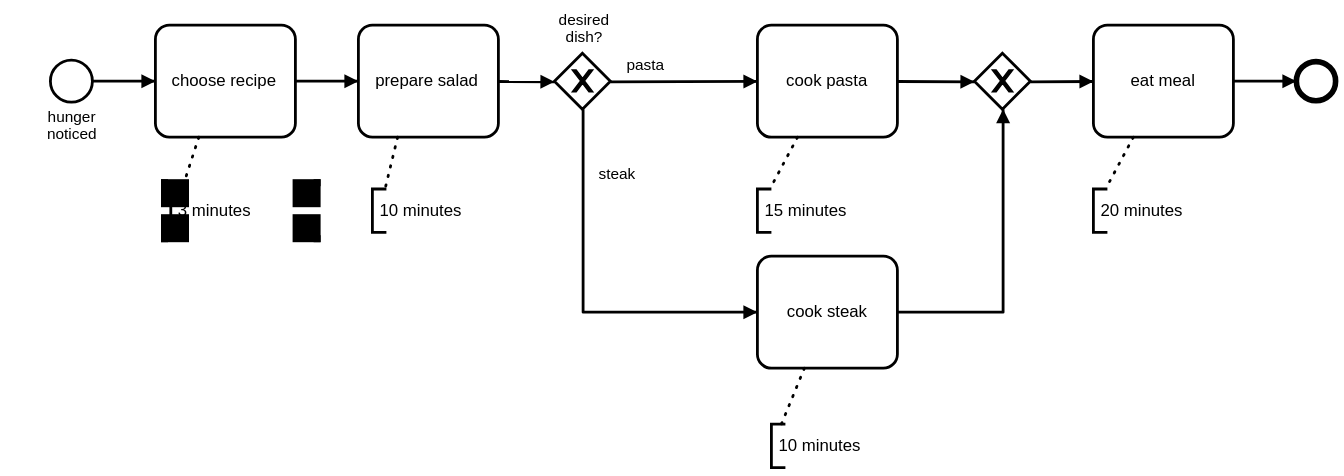
kubajal/workflow keeps this BPMN diagram as processes/hungry_new.svg. Above is the earlier version. Its source is kept beside it as processes/hungry_new.bpmn. Ids are renumbered.
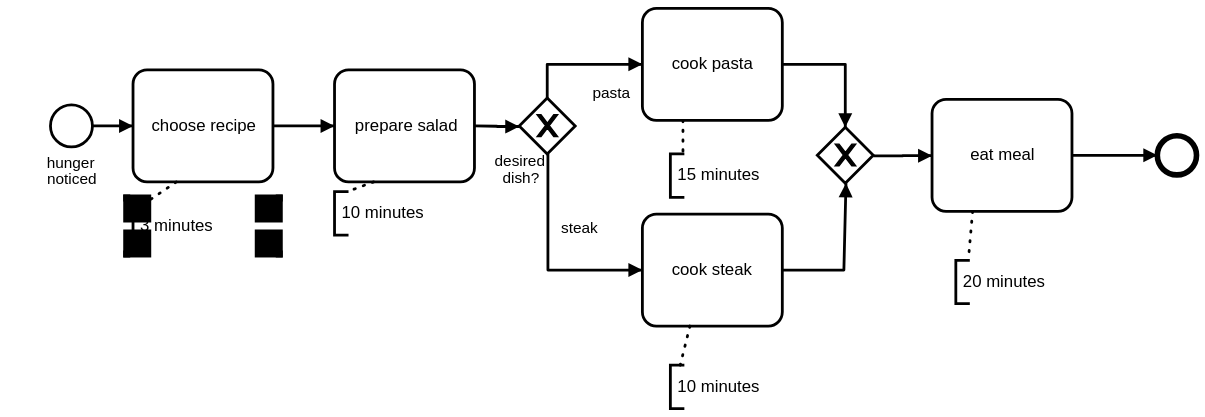
The same diagram one commit later.

Diff of the diagram source:
```diff
@@ -217,146 +217,160 @@
   <bpmndi:BPMNDiagram id="sid-e568f3a9-31ad-4c0c-ab27-ac45c863f186">
     <bpmndi:BPMNPlane id="sid-e5d306ed-2f42-4263-95b7-d9c187b0d06f" bpmnElement="sid-c8371393-9f09-410b-bd7f-b4838b26f391">
       <bpmndi:BPMNShape id="sid-D0BED8B1-BB93-411E-8E26-49C51C4AAF75_gui" bpmnElement="sid-D0BED8B1-BB93-411E-8E26-49C51C4AAF75">
-        <omgdc:Bounds x="35" y="40" width="30" height="30" />
+        <omgdc:Bounds x="62" y="84" width="30" height="30" />
         <bpmndi:BPMNLabel labelStyle="sid-08f9dfb8-726a-42d1-b3b6-5a0a9dfcc22e">
-          <omgdc:Bounds x="29.964284896850586" y="72" width="40.07143020629883" height="22" />
+          <omgdc:Bounds x="32" y="116" width="90" height="22" />
         </bpmndi:BPMNLabel>
       </bpmndi:BPMNShape>
       <bpmndi:BPMNShape id="sid-8F82DC6C-AE16-41F6-9271-229FC57C00F4_gui" bpmnElement="sid-8F82DC6C-AE16-41F6-9271-229FC57C00F4">
-        <omgdc:Bounds x="110" y="15" width="100" height="80" />
+        <omgdc:Bounds x="121" y="59" width="100" height="80" />
         <bpmndi:BPMNLabel labelStyle="sid-8b9b9c8e-9479-44ac-bdc1-f690e425822c">
           <omgdc:Bounds x="118.85714721679688" y="47" width="82.28570556640625" height="12" />
         </bpmndi:BPMNLabel>
       </bpmndi:BPMNShape>
       <bpmndi:BPMNShape id="sid-433EEF5E-4740-4E48-9503-61C492767C56_gui" bpmnElement="sid-433EEF5E-4740-4E48-9503-61C492767C56" isMarkerVisible="true">
-        <omgdc:Bounds x="395" y="35" width="40" height="40" />
+        <omgdc:Bounds x="397" y="79" width="40" height="40" />
         <bpmndi:BPMNLabel labelStyle="sid-08f9dfb8-726a-42d1-b3b6-5a0a9dfcc22e">
-          <omgdc:Bounds x="394.1428565979004" y="3" width="43.71428680419922" height="24" />
+          <omgdc:Bounds x="353" y="115" width="90" height="24" />
         </bpmndi:BPMNLabel>
       </bpmndi:BPMNShape>
       <bpmndi:BPMNShape id="sid-91F38206-6869-44E3-8930-0A83748450BF_gui" bpmnElement="sid-91F38206-6869-44E3-8930-0A83748450BF">
-        <omgdc:Bounds x="540" y="15" width="100" height="80" />
+        <omgdc:Bounds x="485" y="15" width="100" height="80" />
         <bpmndi:BPMNLabel labelStyle="sid-8b9b9c8e-9479-44ac-bdc1-f690e425822c">
           <omgdc:Bounds x="557" y="47" width="66" height="12" />
         </bpmndi:BPMNLabel>
       </bpmndi:BPMNShape>
       <bpmndi:BPMNShape id="sid-9995AE6B-11A6-420E-9F08-19E38191A77A_gui" bpmnElement="sid-9995AE6B-11A6-420E-9F08-19E38191A77A">
-        <omgdc:Bounds x="540" y="180" width="100" height="80" />
+        <omgdc:Bounds x="485" y="162" width="100" height="80" />
         <bpmndi:BPMNLabel labelStyle="sid-8b9b9c8e-9479-44ac-bdc1-f690e425822c">
           <omgdc:Bounds x="557.4285697937012" y="212" width="65.14286041259766" height="12" />
         </bpmndi:BPMNLabel>
       </bpmndi:BPMNShape>
       <bpmndi:BPMNShape id="sid-5144EF42-AEA7-4985-84F9-C082122C7107_gui" bpmnElement="sid-5144EF42-AEA7-4985-84F9-C082122C7107">
-        <omgdc:Bounds x="255" y="15" width="100" height="80" />
+        <omgdc:Bounds x="265" y="59" width="100" height="80" />
         <bpmndi:BPMNLabel labelStyle="sid-8b9b9c8e-9479-44ac-bdc1-f690e425822c">
           <omgdc:Bounds x="264.2857131958008" y="47" width="81.42857360839844" height="12" />
         </bpmndi:BPMNLabel>
       </bpmndi:BPMNShape>
       <bpmndi:BPMNShape id="sid-47D7385A-388F-40C4-892E-F814C0659C54_gui" bpmnElement="sid-47D7385A-388F-40C4-892E-F814C0659C54" isMarkerVisible="true">
-        <omgdc:Bounds x="695" y="35" width="40" height="40" />
+        <omgdc:Bounds x="610" y="100" width="40" height="40" />
+        <bpmndi:BPMNLabel>
+          <omgdc:Bounds x="585" y="140" width="90" height="20" />
+        </bpmndi:BPMNLabel>
       </bpmndi:BPMNShape>
       <bpmndi:BPMNShape id="sid-AAEB396B-8B49-4A20-ADC8-8F956C1B5256_gui" bpmnElement="sid-AAEB396B-8B49-4A20-ADC8-8F956C1B5256">
-        <omgdc:Bounds x="780" y="15" width="100" height="80" />
+        <omgdc:Bounds x="692" y="80" width="100" height="80" />
         <bpmndi:BPMNLabel labelStyle="sid-8b9b9c8e-9479-44ac-bdc1-f690e425822c">
           <omgdc:Bounds x="804.7142868041992" y="47" width="50.57142639160156" height="12" />
         </bpmndi:BPMNLabel>
       </bpmndi:BPMNShape>
       <bpmndi:BPMNShape id="sid-283C754D-1AA2-4EC9-982F-382C51F2C9B9_gui" bpmnElement="sid-283C754D-1AA2-4EC9-982F-382C51F2C9B9">
-        <omgdc:Bounds x="925" y="41" width="28" height="28" />
+        <omgdc:Bounds x="853" y="106" width="28" height="28" />
+        <bpmndi:BPMNLabel>
+          <omgdc:Bounds x="822" y="134" width="90" height="20" />
+        </bpmndi:BPMNLabel>
       </bpmndi:BPMNShape>
       <bpmndi:BPMNShape id="sid-BF48915E-9493-4461-A096-7B52E6FD0B70_gui" bpmnElement="sid-BF48915E-9493-4461-A096-7B52E6FD0B70">
-        <omgdc:Bounds x="780" y="131.5" width="100" height="31" />
+        <omgdc:Bounds x="709" y="195" width="100" height="31" />
         <bpmndi:BPMNLabel labelStyle="sid-08f9dfb8-726a-42d1-b3b6-5a0a9dfcc22e">
           <omgdc:Bounds x="784" y="138.38000106811523" width="67.71428680419922" height="12" />
         </bpmndi:BPMNLabel>
       </bpmndi:BPMNShape>
       <bpmndi:BPMNShape id="sid-4E820B8B-41A4-47BC-B9BA-F007E2D485A4_gui" bpmnElement="sid-4E820B8B-41A4-47BC-B9BA-F007E2D485A4">
-        <omgdc:Bounds x="265" y="132" width="100" height="31" />
+        <omgdc:Bounds x="265" y="146" width="100" height="31" />
         <bpmndi:BPMNLabel labelStyle="sid-08f9dfb8-726a-42d1-b3b6-5a0a9dfcc22e">
           <omgdc:Bounds x="259" y="137.88000106811523" width="67.71428680419922" height="12" />
         </bpmndi:BPMNLabel>
       </bpmndi:BPMNShape>
       <bpmndi:BPMNShape id="sid-CFD63D17-AEF8-441B-B612-A50DBA801760_gui" bpmnElement="sid-CFD63D17-AEF8-441B-B612-A50DBA801760">
-        <omgdc:Bounds x="550" y="300" width="100" height="31" />
+        <omgdc:Bounds x="505" y="270" width="100" height="31" />
         <bpmndi:BPMNLabel labelStyle="sid-08f9dfb8-726a-42d1-b3b6-5a0a9dfcc22e">
           <omgdc:Bounds x="554" y="306.88000106811523" width="67.71428680419922" height="12" />
         </bpmndi:BPMNLabel>
       </bpmndi:BPMNShape>
       <bpmndi:BPMNShape id="sid-A6E3D7E7-B739-4B08-993E-B5CB5F61C69F_gui" bpmnElement="sid-A6E3D7E7-B739-4B08-993E-B5CB5F61C69F">
-        <omgdc:Bounds x="121" y="132" width="100" height="31" />
+        <omgdc:Bounds x="121" y="155" width="100" height="31" />
         <bpmndi:BPMNLabel labelStyle="sid-08f9dfb8-726a-42d1-b3b6-5a0a9dfcc22e">
           <omgdc:Bounds x="119" y="138.38000106811523" width="60" height="12" />
         </bpmndi:BPMNLabel>
       </bpmndi:BPMNShape>
       <bpmndi:BPMNShape id="sid-158140B4-D103-4652-A69B-F15B8A689F9A_gui" bpmnElement="sid-158140B4-D103-4652-A69B-F15B8A689F9A">
-        <omgdc:Bounds x="540" y="132" width="100" height="31" />
+        <omgdc:Bounds x="505" y="119" width="100" height="31" />
         <bpmndi:BPMNLabel labelStyle="sid-08f9dfb8-726a-42d1-b3b6-5a0a9dfcc22e">
           <omgdc:Bounds x="544" y="138.88000106811523" width="67.71428680419922" height="12" />
         </bpmndi:BPMNLabel>
       </bpmndi:BPMNShape>
       <bpmndi:BPMNEdge id="sid-F04D4AF9-B37A-4489-9121-EA6E2398D277_gui" bpmnElement="sid-F04D4AF9-B37A-4489-9121-EA6E2398D277">
-        <omgdi:waypoint xsi:type="omgdc:Point" x="141" y="95" />
-        <omgdi:waypoint xsi:type="omgdc:Point" x="129.16480630334866" y="131.5" />
+        <omgdi:waypoint xsi:type="omgdc:Point" x="152" y="139" />
+        <omgdi:waypoint xsi:type="omgdc:Point" x="129.16480630334866" y="154.5" />
       </bpmndi:BPMNEdge>
       <bpmndi:BPMNEdge id="sid-4C1A6A53-32E3-46D3-BECE-5B3555133586_gui" bpmnElement="sid-4C1A6A53-32E3-46D3-BECE-5B3555133586">
-        <omgdi:waypoint xsi:type="omgdc:Point" x="415.5" y="75" />
-        <omgdi:waypoint xsi:type="omgdc:Point" x="415.5" y="220" />
-        <omgdi:waypoint xsi:type="omgdc:Point" x="540" y="220" />
+        <omgdi:waypoint xsi:type="omgdc:Point" x="417.5" y="119" />
+        <omgdi:waypoint xsi:type="omgdc:Point" x="417.5" y="202" />
+        <omgdi:waypoint xsi:type="omgdc:Point" x="485" y="202" />
         <bpmndi:BPMNLabel labelStyle="sid-08f9dfb8-726a-42d1-b3b6-5a0a9dfcc22e">
-          <omgdc:Bounds x="424" y="113" width="32.571441650390625" height="12" />
+          <omgdc:Bounds x="395" y="163" width="90" height="12" />
         </bpmndi:BPMNLabel>
       </bpmndi:BPMNEdge>
       <bpmndi:BPMNEdge id="sid-FFF01EF7-1FEC-4B83-986C-018858D97835_gui" bpmnElement="sid-FFF01EF7-1FEC-4B83-986C-018858D97835">
-        <omgdi:waypoint xsi:type="omgdc:Point" x="65" y="55" />
-        <omgdi:waypoint xsi:type="omgdc:Point" x="110" y="55" />
+        <omgdi:waypoint xsi:type="omgdc:Point" x="92" y="99" />
+        <omgdi:waypoint xsi:type="omgdc:Point" x="121" y="99" />
       </bpmndi:BPMNEdge>
       <bpmndi:BPMNEdge id="sid-5244058D-4A1C-49C7-A975-3D2AF4BFAFE0_gui" bpmnElement="sid-5244058D-4A1C-49C7-A975-3D2AF4BFAFE0">
-        <omgdi:waypoint xsi:type="omgdc:Point" x="210" y="55" />
-        <omgdi:waypoint xsi:type="omgdc:Point" x="255" y="55" />
+        <omgdi:waypoint xsi:type="omgdc:Point" x="221" y="99" />
+        <omgdi:waypoint xsi:type="omgdc:Point" x="243" y="99" />
+        <omgdi:waypoint xsi:type="omgdc:Point" x="243" y="99" />
+        <omgdi:waypoint xsi:type="omgdc:Point" x="265" y="99" />
       </bpmndi:BPMNEdge>
       <bpmndi:BPMNEdge id="sid-BC2439FA-B8F5-4ED6-B5BA-CF57F99FA435_gui" bpmnElement="sid-BC2439FA-B8F5-4ED6-B5BA-CF57F99FA435">
-        <omgdi:waypoint xsi:type="omgdc:Point" x="568.667827601219" y="95" />
-        <omgdi:waypoint xsi:type="omgdc:Point" x="548.9355681323466" y="132" />
+        <omgdi:waypoint xsi:type="omgdc:Point" x="514" y="95" />
+        <omgdi:waypoint xsi:type="omgdc:Point" x="514" y="119" />
       </bpmndi:BPMNEdge>
       <bpmndi:BPMNEdge id="sid-E02C3FCE-3C11-4C6B-AFC0-674C5A8B69AF_gui" bpmnElement="sid-E02C3FCE-3C11-4C6B-AFC0-674C5A8B69AF">
-        <omgdi:waypoint xsi:type="omgdc:Point" x="640" y="55.199203187250994" />
-        <omgdi:waypoint xsi:type="omgdc:Point" x="695" y="55.418326693227094" />
+        <omgdi:waypoint xsi:type="omgdc:Point" x="585" y="55" />
+        <omgdi:waypoint xsi:type="omgdc:Point" x="630" y="55" />
+        <omgdi:waypoint xsi:type="omgdc:Point" x="630" y="100" />
       </bpmndi:BPMNEdge>
       <bpmndi:BPMNEdge id="sid-18F7ACF2-1B3D-4E25-B7EF-B5080D0E25A4_gui" bpmnElement="sid-18F7ACF2-1B3D-4E25-B7EF-B5080D0E25A4">
-        <omgdi:waypoint xsi:type="omgdc:Point" x="283" y="95" />
-        <omgdi:waypoint xsi:type="omgdc:Point" x="274.0228873239437" y="132" />
+        <omgdi:waypoint xsi:type="omgdc:Point" x="293" y="139" />
+        <omgdi:waypoint xsi:type="omgdc:Point" x="274.0228873239437" y="146" />
       </bpmndi:BPMNEdge>
       <bpmndi:BPMNEdge id="sid-1BF06A5D-6B3D-4808-B358-69C1E08B1C42_gui" bpmnElement="sid-1BF06A5D-6B3D-4808-B358-69C1E08B1C42">
-        <omgdi:waypoint xsi:type="omgdc:Point" x="735" y="55.414847161572055" />
-        <omgdi:waypoint xsi:type="omgdc:Point" x="780" y="55.21834061135371" />
+        <omgdi:waypoint xsi:type="omgdc:Point" x="650" y="120.41484716157206" />
+        <omgdi:waypoint xsi:type="omgdc:Point" x="671" y="120.41484716157206" />
+        <omgdi:waypoint xsi:type="omgdc:Point" x="671" y="120.21834061135371" />
+        <omgdi:waypoint xsi:type="omgdc:Point" x="692" y="120.21834061135371" />
       </bpmndi:BPMNEdge>
       <bpmndi:BPMNEdge id="sid-A183C0F7-53E8-4A53-B0C1-C626A5459AB5_gui" bpmnElement="sid-A183C0F7-53E8-4A53-B0C1-C626A5459AB5">
-        <omgdi:waypoint xsi:type="omgdc:Point" x="880" y="55" />
-        <omgdi:waypoint xsi:type="omgdc:Point" x="925" y="55" />
+        <omgdi:waypoint xsi:type="omgdc:Point" x="792" y="120" />
+        <omgdi:waypoint xsi:type="omgdc:Point" x="853" y="120" />
       </bpmndi:BPMNEdge>
       <bpmndi:BPMNEdge id="sid-E943A666-80E2-4D38-9AEF-ACD1EFE0D128_gui" bpmnElement="sid-E943A666-80E2-4D38-9AEF-ACD1EFE0D128">
-        <omgdi:waypoint xsi:type="omgdc:Point" x="435" y="55.44412607449857" />
-        <omgdi:waypoint xsi:type="omgdc:Point" x="540" y="55.1432664756447" />
+        <omgdi:waypoint xsi:type="omgdc:Point" x="417" y="79" />
+        <omgdi:waypoint xsi:type="omgdc:Point" x="417" y="55" />
+        <omgdi:waypoint xsi:type="omgdc:Point" x="485" y="55" />
         <bpmndi:BPMNLabel labelStyle="sid-08f9dfb8-726a-42d1-b3b6-5a0a9dfcc22e">
-          <omgdc:Bounds x="442.88964617707273" y="35.32536646192919" width="33.46280779030775" height="12.095742184507515" />
+          <omgdc:Bounds x="418" y="66" width="90" height="12" />
         </bpmndi:BPMNLabel>
       </bpmndi:BPMNEdge>
       <bpmndi:BPMNEdge id="sid-1CA5065E-3A33-4024-93CF-B7148AD79095_gui" bpmnElement="sid-1CA5065E-3A33-4024-93CF-B7148AD79095">
-        <omgdi:waypoint xsi:type="omgdc:Point" x="355" y="55.2262443438914" />
-        <omgdi:waypoint xsi:type="omgdc:Point" x="395" y="55.40723981900452" />
+        <omgdi:waypoint xsi:type="omgdc:Point" x="365" y="99" />
+        <omgdi:waypoint xsi:type="omgdc:Point" x="381" y="99.22624434389141" />
+        <omgdi:waypoint xsi:type="omgdc:Point" x="381" y="99.40723981900453" />
+        <omgdi:waypoint xsi:type="omgdc:Point" x="397" y="99.40723981900453" />
       </bpmndi:BPMNEdge>
       <bpmndi:BPMNEdge id="sid-62F4C2FE-901D-44BB-83F4-3A606EACD2EA_gui" bpmnElement="sid-62F4C2FE-901D-44BB-83F4-3A606EACD2EA">
-        <omgdi:waypoint xsi:type="omgdc:Point" x="573.5581787521079" y="260" />
-        <omgdi:waypoint xsi:type="omgdc:Point" x="557.1163575042159" y="300" />
+        <omgdi:waypoint xsi:type="omgdc:Point" x="519" y="242" />
+        <omgdi:waypoint xsi:type="omgdc:Point" x="512" y="270" />
       </bpmndi:BPMNEdge>
       <bpmndi:BPMNEdge id="sid-F031AA0F-ABDF-4866-A905-7EF8FF7A899B_gui" bpmnElement="sid-F031AA0F-ABDF-4866-A905-7EF8FF7A899B">
-        <omgdi:waypoint xsi:type="omgdc:Point" x="640" y="220" />
-        <omgdi:waypoint xsi:type="omgdc:Point" x="715.5" y="220" />
-        <omgdi:waypoint xsi:type="omgdc:Point" x="715.5" y="75" />
+        <omgdi:waypoint xsi:type="omgdc:Point" x="585" y="202" />
+        <omgdi:waypoint xsi:type="omgdc:Point" x="629" y="202" />
+        <omgdi:waypoint xsi:type="omgdc:Point" x="630.5" y="140" />
       </bpmndi:BPMNEdge>
       <bpmndi:BPMNEdge id="sid-37413548-ADAD-45C5-9306-650FE331BC24_gui" bpmnElement="sid-37413548-ADAD-45C5-9306-650FE331BC24">
-        <omgdi:waypoint xsi:type="omgdc:Point" x="808.5511052746772" y="95" />
-        <omgdi:waypoint xsi:type="omgdc:Point" x="788.9789888378201" y="131.5" />
+        <omgdi:waypoint xsi:type="omgdc:Point" x="721" y="160" />
+        <omgdi:waypoint xsi:type="omgdc:Point" x="717.9789888378201" y="194.5" />
       </bpmndi:BPMNEdge>
     </bpmndi:BPMNPlane>
     <bpmndi:BPMNLabelStyle id="sid-08f9dfb8-726a-42d1-b3b6-5a0a9dfcc22e">
```
